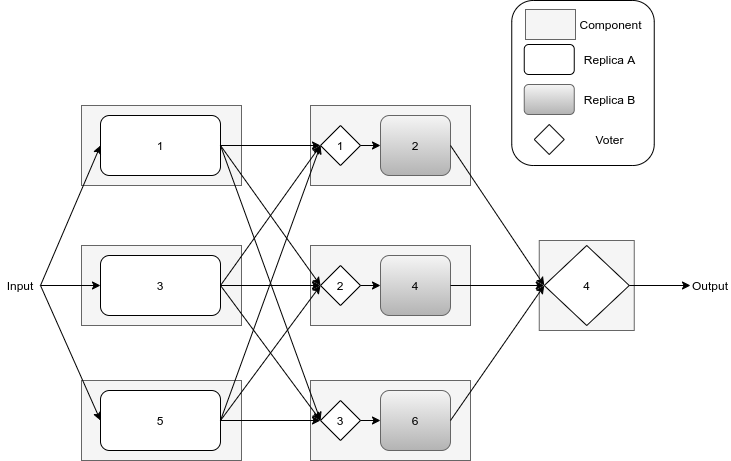
Earlier version of the draw.io export images/InterconnectedVoterPipeline.png (Boffmann/masterThesis). Source tidied: cells renumbered, new cells last; positions are measured from the earlier drawing's top-left corner, leaving out a move shared by most shapes.
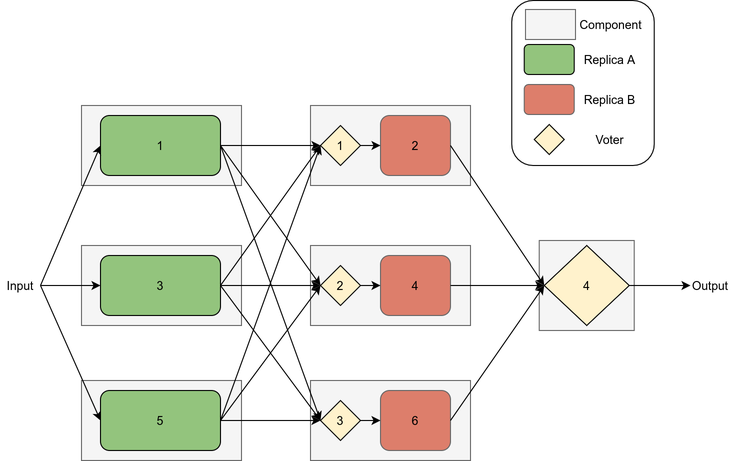
Later version of the same file.

What changed in the source:
```diff
@@ -17,13 +17,13 @@
     <mxCell id="6" style="rounded=0;whiteSpace=wrap;html=1;fillColor=#f5f5f5;strokeColor=#666666;fontColor=#333333;" parent="1" vertex="1">
       <mxGeometry x="310" y="105" width="160" height="80" as="geometry" />
     </mxCell>
-    <mxCell id="7" value="1" style="rounded=1;whiteSpace=wrap;html=1;" parent="1" vertex="1">
+    <mxCell id="7" value="1" style="rounded=1;whiteSpace=wrap;html=1;fillColor=#93C47D;" parent="1" vertex="1">
       <mxGeometry x="100" y="115" width="120" height="60" as="geometry" />
     </mxCell>
-    <mxCell id="8" value="4" style="rounded=1;whiteSpace=wrap;html=1;gradientColor=#b3b3b3;fillColor=#f5f5f5;strokeColor=#666666;" parent="1" vertex="1">
+    <mxCell id="8" value="4" style="rounded=1;whiteSpace=wrap;html=1;strokeColor=#666666;fillColor=#DD7E6B;" parent="1" vertex="1">
       <mxGeometry x="380" y="255" width="70" height="60" as="geometry" />
     </mxCell>
-    <mxCell id="9" value="2" style="rounded=1;whiteSpace=wrap;html=1;gradientColor=#b3b3b3;fillColor=#f5f5f5;strokeColor=#666666;" parent="1" vertex="1">
+    <mxCell id="9" value="2" style="rounded=1;whiteSpace=wrap;html=1;strokeColor=#666666;fillColor=#DD7E6B;" parent="1" vertex="1">
       <mxGeometry x="380" y="115" width="70" height="60" as="geometry" />
     </mxCell>
     <mxCell id="10" style="endArrow=classic;html=1;exitX=1;exitY=0.5;exitDx=0;exitDy=0;entryX=0;entryY=0.5;entryDx=0;entryDy=0;" parent="1" edge="1" source="8" target="19">
@@ -41,7 +41,7 @@
     <mxCell id="14" style="endArrow=classic;html=1;exitX=1;exitY=0.5;exitDx=0;exitDy=0;entryX=0;entryY=0.5;entryDx=0;entryDy=0;" parent="1" edge="1" source="12" target="7">
       <mxGeometry relative="1" as="geometry" />
     </mxCell>
-    <mxCell id="15" value="3" style="rounded=1;whiteSpace=wrap;html=1;" parent="1" vertex="1">
+    <mxCell id="15" value="3" style="rounded=1;whiteSpace=wrap;html=1;fillColor=#93C47D;" parent="1" vertex="1">
       <mxGeometry x="100" y="255" width="120" height="60" as="geometry" />
     </mxCell>
     <mxCell id="16" style="endArrow=classic;html=1;entryX=0;entryY=0.5;entryDx=0;entryDy=0;exitX=1;exitY=0.5;exitDx=0;exitDy=0;" parent="1" edge="1" source="12" target="15">
@@ -53,13 +53,13 @@
     <mxCell id="18" style="endArrow=classic;html=1;exitX=1;exitY=0.5;exitDx=0;exitDy=0;entryX=0;entryY=0.5;entryDx=0;entryDy=0;" parent="1" edge="1" source="15" target="21">
       <mxGeometry relative="1" as="geometry" />
     </mxCell>
-    <mxCell id="19" value="4" style="rhombus;whiteSpace=wrap;html=1;" parent="1" vertex="1">
+    <mxCell id="19" value="4" style="rhombus;whiteSpace=wrap;html=1;fillColor=#FFF2CC;" parent="1" vertex="1">
       <mxGeometry x="543.8" y="245" width="85" height="80" as="geometry" />
     </mxCell>
-    <mxCell id="20" value="1" style="rhombus;whiteSpace=wrap;html=1;" parent="1" vertex="1">
+    <mxCell id="20" value="1" style="rhombus;whiteSpace=wrap;html=1;fillColor=#FFF2CC;" parent="1" vertex="1">
       <mxGeometry x="320" y="125" width="40" height="40" as="geometry" />
     </mxCell>
-    <mxCell id="21" value="2" style="rhombus;whiteSpace=wrap;html=1;" parent="1" vertex="1">
+    <mxCell id="21" value="2" style="rhombus;whiteSpace=wrap;html=1;fillColor=#FFF2CC;" parent="1" vertex="1">
       <mxGeometry x="320" y="265" width="40" height="40" as="geometry" />
     </mxCell>
     <mxCell id="22" style="endArrow=classic;html=1;exitX=1;exitY=0.5;exitDx=0;exitDy=0;entryX=0;entryY=0.5;entryDx=0;entryDy=0;" parent="1" edge="1" source="21" target="8">
@@ -83,19 +83,19 @@
     <mxCell id="28" value="Component" style="text;html=1;align=center;verticalAlign=middle;" parent="1" vertex="1">
       <mxGeometry x="570" y="14" width="80" height="20" as="geometry" />
     </mxCell>
-    <mxCell id="29" style="rounded=1;whiteSpace=wrap;html=1;fillColor=#f5f5f5;gradientColor=#b3b3b3;strokeColor=#666666;" parent="1" vertex="1">
+    <mxCell id="29" style="rounded=1;whiteSpace=wrap;html=1;strokeColor=#666666;fillColor=#DD7E6B;" parent="1" vertex="1">
       <mxGeometry x="523.8" y="84" width="50" height="30" as="geometry" />
     </mxCell>
     <mxCell id="30" value="Replica B" style="text;html=1;align=center;verticalAlign=middle;" parent="1" vertex="1">
       <mxGeometry x="573.8" y="89" width="70" height="20" as="geometry" />
     </mxCell>
-    <mxCell id="31" style="rhombus;whiteSpace=wrap;html=1;" parent="1" vertex="1">
+    <mxCell id="31" style="rhombus;whiteSpace=wrap;html=1;fillColor=#FFF2CC;" parent="1" vertex="1">
       <mxGeometry x="533.8" y="124" width="30" height="30" as="geometry" />
     </mxCell>
     <mxCell id="32" value="Voter" style="text;html=1;align=center;verticalAlign=middle;" parent="1" vertex="1">
       <mxGeometry x="588.8" y="129" width="40" height="20" as="geometry" />
     </mxCell>
-    <mxCell id="33" style="rounded=1;whiteSpace=wrap;html=1;" parent="1" vertex="1">
+    <mxCell id="33" style="rounded=1;whiteSpace=wrap;html=1;fillColor=#93C47D;" parent="1" vertex="1">
       <mxGeometry x="523.8" y="44" width="50" height="30" as="geometry" />
     </mxCell>
     <mxCell id="34" value="Replica A" style="text;html=1;align=center;verticalAlign=middle;" parent="1" vertex="1">
@@ -107,16 +107,16 @@
     <mxCell id="36" style="rounded=0;whiteSpace=wrap;html=1;fillColor=#f5f5f5;strokeColor=#666666;fontColor=#333333;" parent="1" vertex="1">
       <mxGeometry x="81" y="380" width="160" height="80" as="geometry" />
     </mxCell>
-    <mxCell id="37" value="5" style="rounded=1;whiteSpace=wrap;html=1;" parent="1" vertex="1">
+    <mxCell id="37" value="5" style="rounded=1;whiteSpace=wrap;html=1;fillColor=#93C47D;" parent="1" vertex="1">
       <mxGeometry x="100" y="390" width="120" height="60" as="geometry" />
     </mxCell>
     <mxCell id="38" style="rounded=0;whiteSpace=wrap;html=1;fillColor=#f5f5f5;strokeColor=#666666;fontColor=#333333;" parent="1" vertex="1">
       <mxGeometry x="310" y="380" width="160" height="80" as="geometry" />
     </mxCell>
-    <mxCell id="39" value="6" style="rounded=1;whiteSpace=wrap;html=1;gradientColor=#b3b3b3;fillColor=#f5f5f5;strokeColor=#666666;" parent="1" vertex="1">
+    <mxCell id="39" value="6" style="rounded=1;whiteSpace=wrap;html=1;strokeColor=#666666;fillColor=#DD7E6B;" parent="1" vertex="1">
       <mxGeometry x="380" y="390" width="70" height="60" as="geometry" />
     </mxCell>
-    <mxCell id="40" value="3" style="rhombus;whiteSpace=wrap;html=1;" parent="1" vertex="1">
+    <mxCell id="40" value="3" style="rhombus;whiteSpace=wrap;html=1;fillColor=#FFF2CC;" parent="1" vertex="1">
       <mxGeometry x="320" y="400" width="40" height="40" as="geometry" />
     </mxCell>
     <mxCell id="41" style="endArrow=classic;html=1;exitX=1;exitY=0.5;exitDx=0;exitDy=0;entryX=0;entryY=0.5;entryDx=0;entryDy=0;" parent="1" edge="1" source="40" target="39">
```
